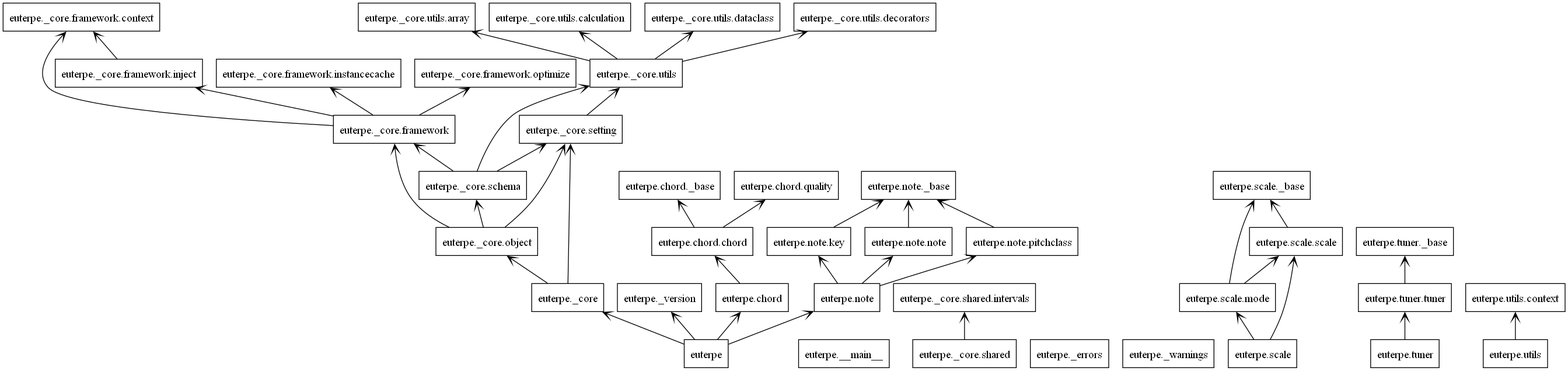
Earlier version of the PlantUML export documents/design/class-diagram/packages.png (Oujox/aulos). Its source is kept beside it as documents/design/class-diagram/packages.puml.
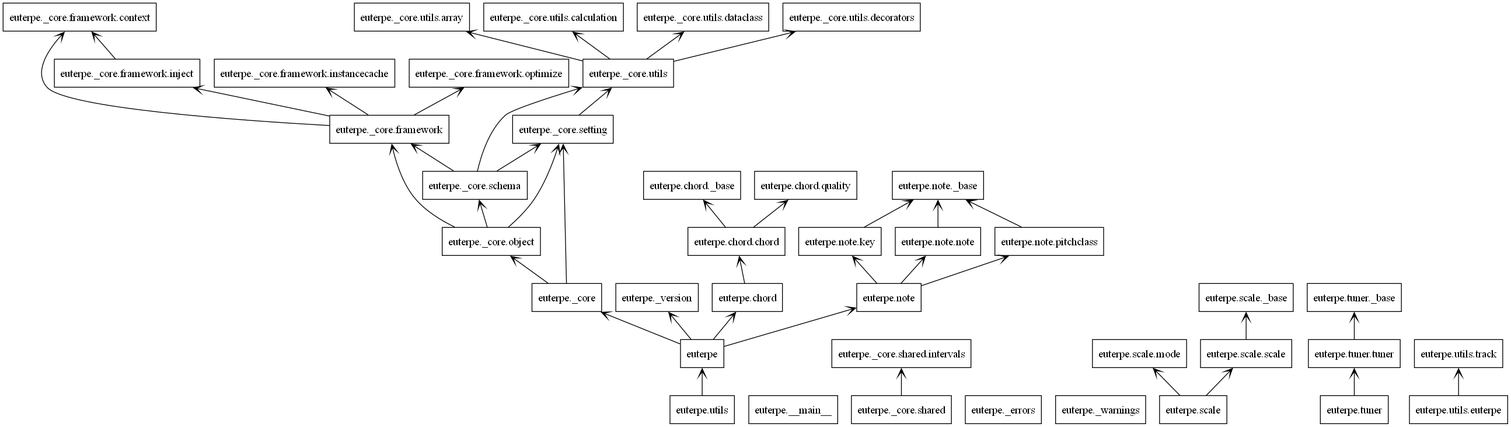
The same diagram one commit later.

Diff of the diagram source:
```diff
@@ -76,7 +76,9 @@
 }
 package "euterpe.utils" as euterpe.utils {
 }
-package "euterpe.utils.context" as euterpe.utils.context {
+package "euterpe.utils.euterpe" as euterpe.utils.euterpe {
+}
+package "euterpe.utils.track" as euterpe.utils.track {
 }
 euterpe --> euterpe._core
 euterpe --> euterpe._version
@@ -112,10 +114,9 @@
 euterpe.note.pitchclass --> euterpe.note._base
 euterpe.scale --> euterpe.scale.mode
 euterpe.scale --> euterpe.scale.scale
-euterpe.scale.mode --> euterpe.scale._base
-euterpe.scale.mode --> euterpe.scale.scale
 euterpe.scale.scale --> euterpe.scale._base
 euterpe.tuner --> euterpe.tuner.tuner
 euterpe.tuner.tuner --> euterpe.tuner._base
-euterpe.utils --> euterpe.utils.context
+euterpe.utils --> euterpe
+euterpe.utils.euterpe --> euterpe.utils.track
 @enduml
```
